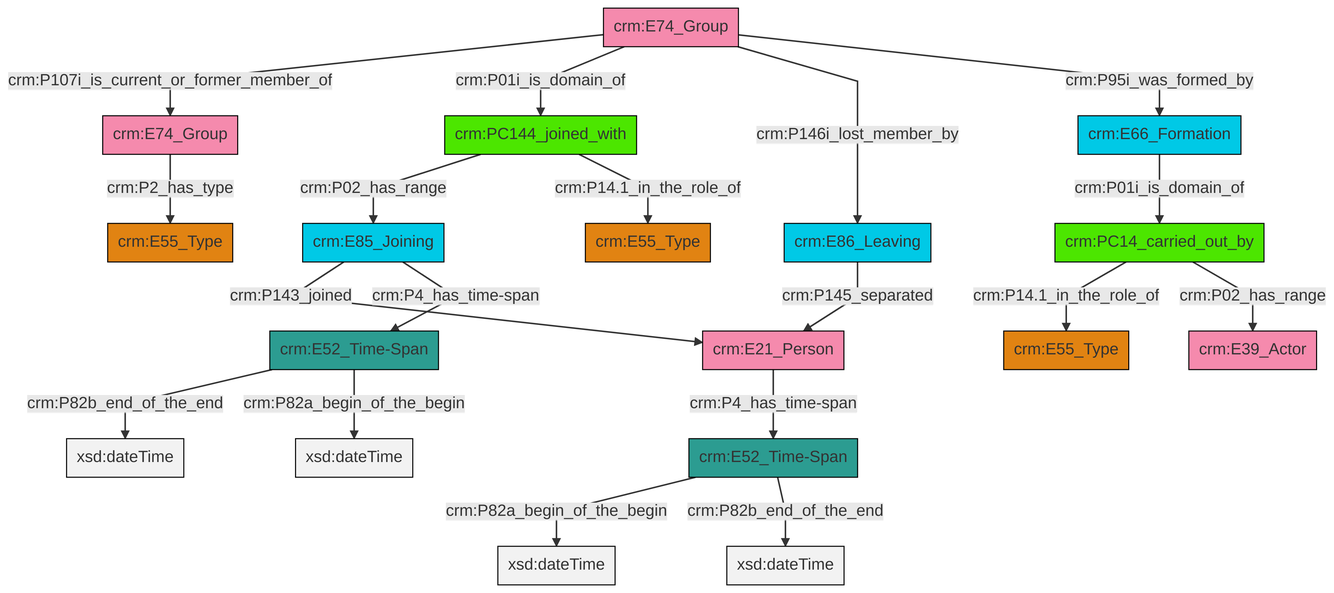
Earlier version of the Mermaid export et/groupCSV/ttl/mmd/png/group_actor_relations.png (swiss-art-research-net/docs.swissartresearch). Its source is kept beside it as et/groupCSV/ttl/mmd/group_actor_relations.ttl.mmd.
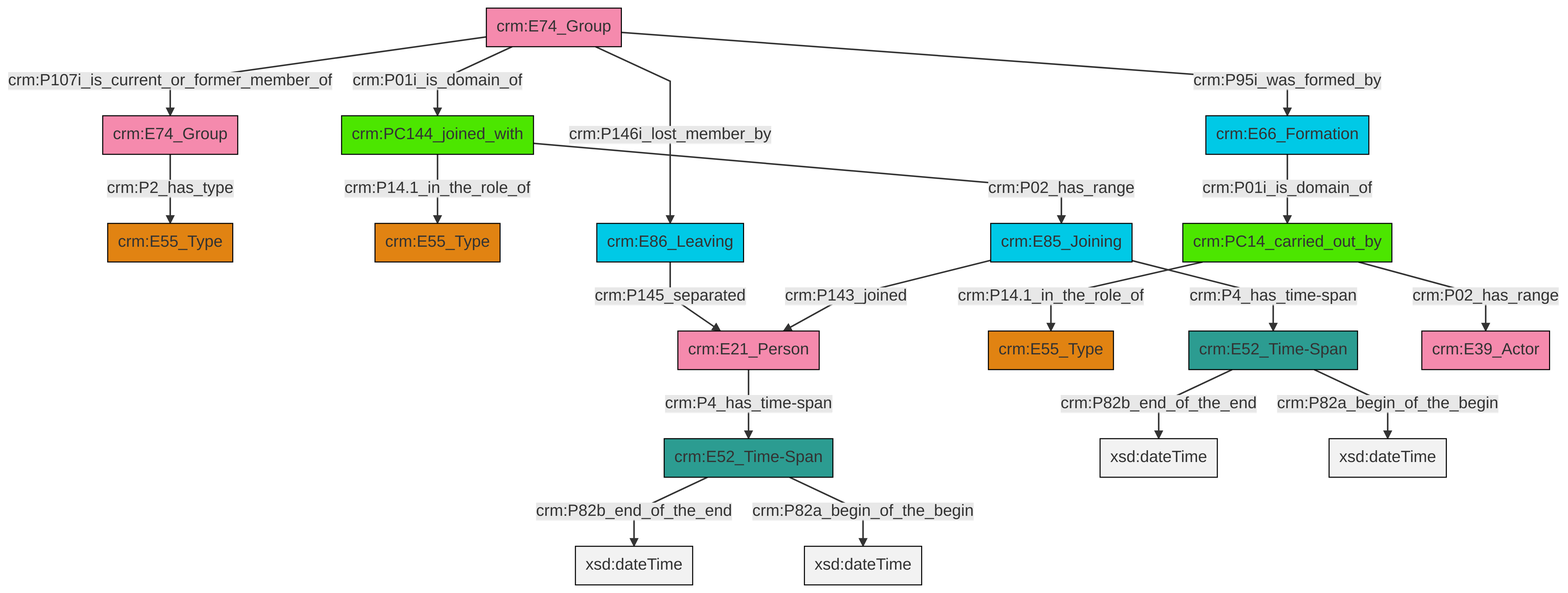
Above is the later version.

What changed in the source:
```diff
@@ -13,21 +13,21 @@
 classDef PC_Classes fill:#4ce600, stroke:#000000;
 classDef Multi fill:#cccccc,stroke:#000000;
 
-0["crm:E66_Formation"]:::Temporal_Entity -->|crm:P01i_is_domain_of| 1["crm:PC14_carried_out_by"]:::PC_Classes
-2["crm:E74_Group"]:::Actor -->|crm:P107i_is_current_or_former_member_of| 3["crm:E74_Group"]:::Actor
-4["crm:PC144_joined_with"]:::PC_Classes -->|crm:P02_has_range| 5["crm:E85_Joining"]:::Temporal_Entity
-2["crm:E74_Group"]:::Actor -->|crm:P01i_is_domain_of| 4["crm:PC144_joined_with"]:::PC_Classes
-6["crm:E52_Time-Span"]:::Time-Span -->|crm:P82b_end_of_the_end| 7[xsd:dateTime]:::Literal
-8["crm:E52_Time-Span"]:::Time-Span -->|crm:P82a_begin_of_the_begin| 12[xsd:dateTime]:::Literal
-1["crm:PC14_carried_out_by"]:::PC_Classes -->|crm:P14.1_in_the_role_of| 13["crm:E55_Type"]:::Type
-4["crm:PC144_joined_with"]:::PC_Classes -->|crm:P14.1_in_the_role_of| 10["crm:E55_Type"]:::Type
-16["crm:E86_Leaving"]:::Temporal_Entity -->|crm:P145_separated| 17["crm:E21_Person"]:::Actor
-3["crm:E74_Group"]:::Actor -->|crm:P2_has_type| 18["crm:E55_Type"]:::Type
-5["crm:E85_Joining"]:::Temporal_Entity -->|crm:P143_joined| 17["crm:E21_Person"]:::Actor
-2["crm:E74_Group"]:::Actor -->|crm:P146i_lost_member_by| 16["crm:E86_Leaving"]:::Temporal_Entity
-17["crm:E21_Person"]:::Actor -->|crm:P4_has_time-span| 8["crm:E52_Time-Span"]:::Time-Span
-2["crm:E74_Group"]:::Actor -->|crm:P95i_was_formed_by| 0["crm:E66_Formation"]:::Temporal_Entity
-8["crm:E52_Time-Span"]:::Time-Span -->|crm:P82b_end_of_the_end| 24[xsd:dateTime]:::Literal
-6["crm:E52_Time-Span"]:::Time-Span -->|crm:P82a_begin_of_the_begin| 28[xsd:dateTime]:::Literal
-5["crm:E85_Joining"]:::Temporal_Entity -->|crm:P4_has_time-span| 6["crm:E52_Time-Span"]:::Time-Span
-1["crm:PC14_carried_out_by"]:::PC_Classes -->|crm:P02_has_range| 29["crm:E39_Actor"]:::Actor
+0["crm:E74_Group"]:::Actor -->|crm:P2_has_type| 1["crm:E55_Type"]:::Type
+4["crm:PC144_joined_with"]:::PC_Classes -->|crm:P14.1_in_the_role_of| 2["crm:E55_Type"]:::Type
+5["crm:E86_Leaving"]:::Temporal_Entity -->|crm:P145_separated| 6["crm:E21_Person"]:::Actor
+7["crm:E52_Time-Span"]:::Time-Span -->|crm:P82b_end_of_the_end| 8[xsd:dateTime]:::Literal
+13["crm:E74_Group"]:::Actor -->|crm:P146i_lost_member_by| 5["crm:E86_Leaving"]:::Temporal_Entity
+18["crm:E52_Time-Span"]:::Time-Span -->|crm:P82b_end_of_the_end| 19[xsd:dateTime]:::Literal
+22["crm:PC14_carried_out_by"]:::PC_Classes -->|crm:P14.1_in_the_role_of| 16["crm:E55_Type"]:::Type
+7["crm:E52_Time-Span"]:::Time-Span -->|crm:P82a_begin_of_the_begin| 23[xsd:dateTime]:::Literal
+22["crm:PC14_carried_out_by"]:::PC_Classes -->|crm:P02_has_range| 25["crm:E39_Actor"]:::Actor
+13["crm:E74_Group"]:::Actor -->|crm:P95i_was_formed_by| 27["crm:E66_Formation"]:::Temporal_Entity
+14["crm:E85_Joining"]:::Temporal_Entity -->|crm:P4_has_time-span| 18["crm:E52_Time-Span"]:::Time-Span
+13["crm:E74_Group"]:::Actor -->|crm:P107i_is_current_or_former_member_of| 0["crm:E74_Group"]:::Actor
+6["crm:E21_Person"]:::Actor -->|crm:P4_has_time-span| 7["crm:E52_Time-Span"]:::Time-Span
+4["crm:PC144_joined_with"]:::PC_Classes -->|crm:P02_has_range| 14["crm:E85_Joining"]:::Temporal_Entity
+27["crm:E66_Formation"]:::Temporal_Entity -->|crm:P01i_is_domain_of| 22["crm:PC14_carried_out_by"]:::PC_Classes
+13["crm:E74_Group"]:::Actor -->|crm:P01i_is_domain_of| 4["crm:PC144_joined_with"]:::PC_Classes
+18["crm:E52_Time-Span"]:::Time-Span -->|crm:P82a_begin_of_the_begin| 32[xsd:dateTime]:::Literal
+14["crm:E85_Joining"]:::Temporal_Entity -->|crm:P143_joined| 6["crm:E21_Person"]:::Actor
```
